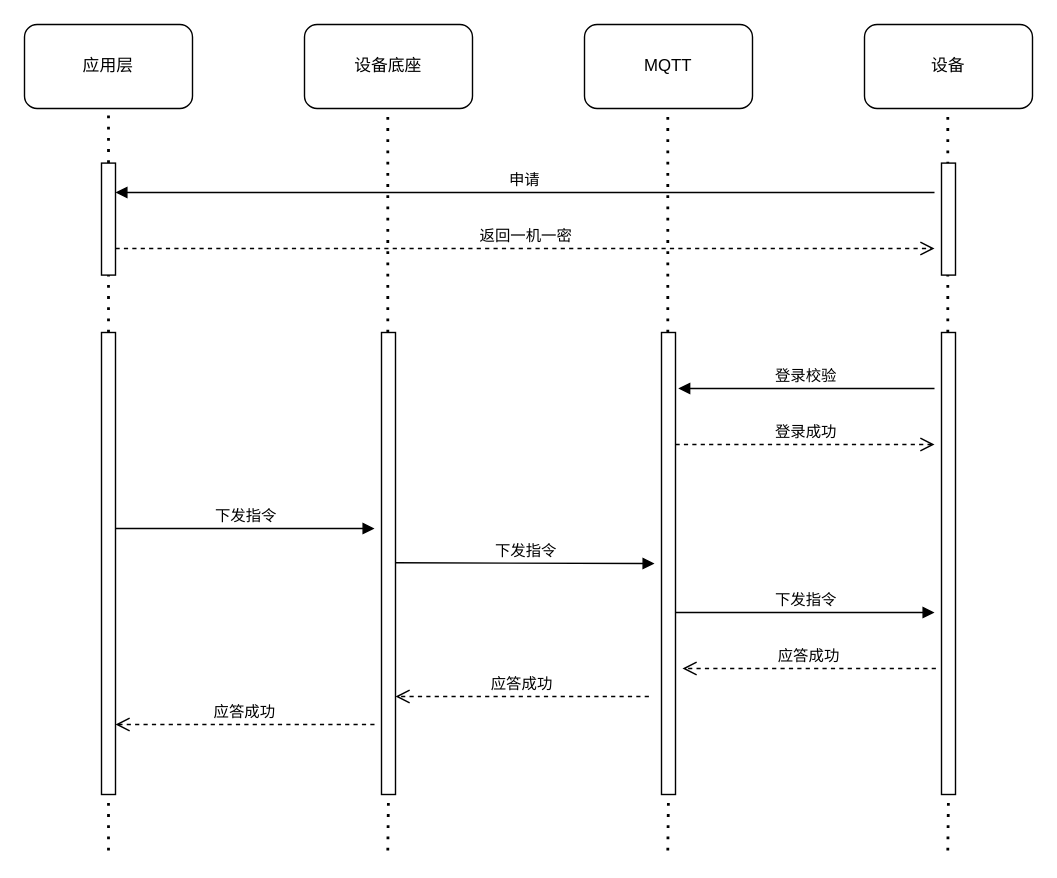
HughRudolf/Drawio keeps this draw.io diagram as 未命名绘图1111.drawio. Above is the earlier version. Source tidied: cells renumbered, new cells numbered last; positions are measured from the earlier drawing's top-left corner, leaving out a move shared by most shapes. Both pictures are drawn from the tidied source at 140%, with x=0, y=0 at pixel (24, 24).
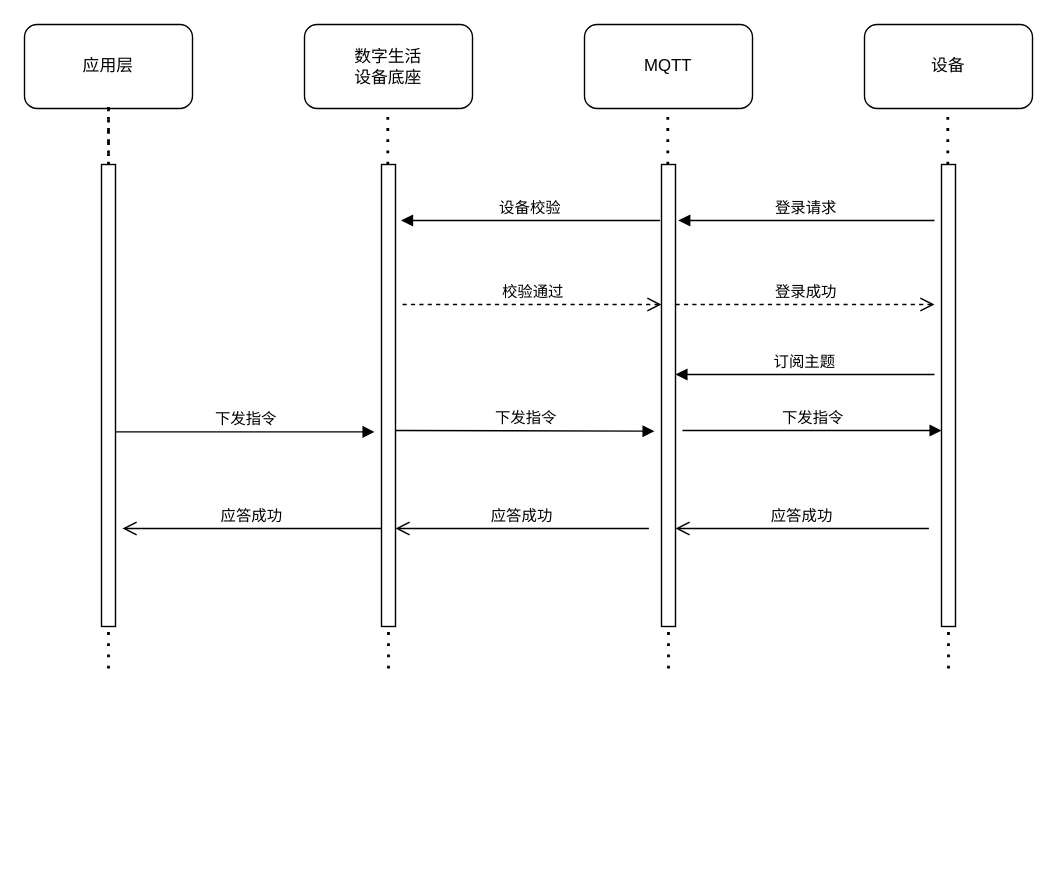
Above is the later version.

Commit message:
更新未命名绘图1111.drawio

Unchanged cells that the change refers to:
```xml
<mxCell id="2" value="应用层" style="rounded=1;whiteSpace=wrap;html=1;" parent="1" vertex="1">
  <mxGeometry width="120" height="60" as="geometry" />
</mxCell>
```

Change to the diagram source:
```diff
@@
-    <mxCell id="3" value="设备底座" style="rounded=1;whiteSpace=wrap;html=1;" parent="1" vertex="1">
+    <mxCell id="3" value="数字生活&lt;br&gt;设备底座" style="rounded=1;whiteSpace=wrap;html=1;" parent="1" vertex="1">
       <mxGeometry x="200" width="120" height="60" as="geometry" />
     </mxCell>
@@
-    <mxCell id="6" style="endArrow=none;dashed=1;html=1;dashPattern=1 3;strokeWidth=2;rounded=0;entryX=0.5;entryY=1;entryDx=0;entryDy=0;" parent="1" edge="1" source="12" target="2">
-      <mxGeometry relative="1" as="geometry" />
+    <mxCell id="6" style="endArrow=none;dashed=1;html=1;dashPattern=1 3;strokeWidth=2;rounded=0;entryX=0.5;entryY=1;entryDx=0;entryDy=0;" parent="1" edge="1" target="2">
+      <mxGeometry relative="1" as="geometry">
+        <mxPoint x="60" y="190" as="sourcePoint" />
+      </mxGeometry>
     </mxCell>
@@
-    <mxCell id="10" style="html=1;perimeter=orthogonalPerimeter;targetShapes=umlLifeline;newEdgeStyle={&quot;curved&quot;:0,&quot;rounded&quot;:0};" parent="1" vertex="1">
-      <mxGeometry x="655" y="99" width="10" height="80" as="geometry" />
-    </mxCell>
-    <mxCell id="11" style="endArrow=none;dashed=1;html=1;dashPattern=1 3;strokeWidth=2;rounded=0;entryX=0.5;entryY=1;entryDx=0;entryDy=0;" parent="1" edge="1" source="24" target="12">
-      <mxGeometry relative="1" as="geometry" />
+    <mxCell id="11" style="endArrow=none;dashed=1;html=1;dashPattern=1 3;strokeWidth=2;rounded=0;entryX=0.5;entryY=1;entryDx=0;entryDy=0;" parent="1" edge="1" source="24">
+      <mxGeometry relative="1" as="geometry">
+        <mxPoint x="60" y="59" as="targetPoint" />
+      </mxGeometry>
     </mxCell>
-    <mxCell id="12" style="html=1;points=[[0,0,0,0,5],[0,1,0,0,-5],[1,0,0,0,5],[1,1,0,0,-5]];perimeter=orthogonalPerimeter;outlineConnect=0;targetShapes=umlLifeline;portConstraint=eastwest;newEdgeStyle={&quot;curved&quot;:0,&quot;rounded&quot;:0};" parent="1" vertex="1">
-      <mxGeometry x="55" y="99" width="10" height="80" as="geometry" />
-    </mxCell>
-    <mxCell id="13" value="申请" style="html=1;verticalAlign=bottom;endArrow=block;curved=0;rounded=0;" parent="1" edge="1">
-      <mxGeometry relative="1" as="geometry">
-        <mxPoint x="650" y="120" as="sourcePoint" />
-        <mxPoint x="65" y="120" as="targetPoint" />
-      </mxGeometry>
-    </mxCell>
-    <mxCell id="14" value="返回一机一密" style="html=1;verticalAlign=bottom;endArrow=open;dashed=1;endSize=8;curved=0;rounded=0;" parent="1" edge="1">
-      <mxGeometry relative="1" as="geometry">
-        <mxPoint x="65" y="160" as="sourcePoint" />
-        <mxPoint x="650" y="160" as="targetPoint" />
-      </mxGeometry>
-    </mxCell>
     <mxCell id="15" style="endArrow=none;dashed=1;html=1;dashPattern=1 3;strokeWidth=2;rounded=0;entryX=0.5;entryY=1;entryDx=0;entryDy=0;" parent="1" edge="1" target="16">
       <mxGeometry relative="1" as="geometry">
-        <mxPoint x="659.5" y="590" as="sourcePoint" />
+        <mxPoint x="660" y="460" as="sourcePoint" />
       </mxGeometry>
     </mxCell>
     <mxCell id="16" style="html=1;points=[[0,0,0,0,5],[0,1,0,0,-5],[1,0,0,0,5],[1,1,0,0,-5]];perimeter=orthogonalPerimeter;outlineConnect=0;targetShapes=umlLifeline;portConstraint=eastwest;newEdgeStyle={&quot;curved&quot;:0,&quot;rounded&quot;:0};" parent="1" vertex="1">
-      <mxGeometry x="655" y="220" width="10" height="330" as="geometry" />
+      <mxGeometry x="655" y="100" width="10" height="330" as="geometry" />
     </mxCell>
     <mxCell id="17" style="endArrow=none;dashed=1;html=1;dashPattern=1 3;strokeWidth=2;rounded=0;entryX=0.5;entryY=1;entryDx=0;entryDy=0;" parent="1" edge="1" target="18">
       <mxGeometry relative="1" as="geometry">
-        <mxPoint x="459.5" y="590" as="sourcePoint" />
+        <mxPoint x="460" y="460" as="sourcePoint" />
       </mxGeometry>
     </mxCell>
     <mxCell id="18" style="html=1;points=[[0,0,0,0,5],[0,1,0,0,-5],[1,0,0,0,5],[1,1,0,0,-5]];perimeter=orthogonalPerimeter;outlineConnect=0;targetShapes=umlLifeline;portConstraint=eastwest;newEdgeStyle={&quot;curved&quot;:0,&quot;rounded&quot;:0};" parent="1" vertex="1">
-      <mxGeometry x="455" y="220" width="10" height="330" as="geometry" />
+      <mxGeometry x="455" y="100" width="10" height="330" as="geometry" />
     </mxCell>
     <mxCell id="19" style="endArrow=none;dashed=1;html=1;dashPattern=1 3;strokeWidth=2;rounded=0;entryX=0.5;entryY=1;entryDx=0;entryDy=0;" parent="1" edge="1" target="20">
       <mxGeometry relative="1" as="geometry">
-        <mxPoint x="259.5" y="590" as="sourcePoint" />
+        <mxPoint x="260" y="460" as="sourcePoint" />
       </mxGeometry>
     </mxCell>
     <mxCell id="20" style="html=1;points=[[0,0,0,0,5],[0,1,0,0,-5],[1,0,0,0,5],[1,1,0,0,-5]];perimeter=orthogonalPerimeter;outlineConnect=0;targetShapes=umlLifeline;portConstraint=eastwest;newEdgeStyle={&quot;curved&quot;:0,&quot;rounded&quot;:0};" parent="1" vertex="1">
-      <mxGeometry x="255" y="220" width="10" height="330" as="geometry" />
+      <mxGeometry x="255" y="100" width="10" height="330" as="geometry" />
     </mxCell>
-    <mxCell id="21" value="登录校验" style="html=1;verticalAlign=bottom;endArrow=block;curved=0;rounded=0;" parent="1" edge="1">
+    <mxCell id="21" value="登录请求" style="html=1;verticalAlign=bottom;endArrow=block;curved=0;rounded=0;" parent="1" edge="1">
       <mxGeometry relative="1" as="geometry">
-        <mxPoint x="650" y="260" as="sourcePoint" />
-        <mxPoint x="467" y="260" as="targetPoint" />
+        <mxPoint x="650" y="140" as="sourcePoint" />
+        <mxPoint x="467" y="140" as="targetPoint" />
       </mxGeometry>
     </mxCell>
     <mxCell id="22" value="登录成功" style="html=1;verticalAlign=bottom;endArrow=open;dashed=1;endSize=8;curved=0;rounded=0;" parent="1" edge="1">
       <mxGeometry relative="1" as="geometry">
-        <mxPoint x="465" y="300" as="sourcePoint" />
-        <mxPoint x="650" y="300" as="targetPoint" />
+        <mxPoint x="465" y="200" as="sourcePoint" />
+        <mxPoint x="650" y="200" as="targetPoint" />
       </mxGeometry>
     </mxCell>
     <mxCell id="23" style="endArrow=none;dashed=1;html=1;dashPattern=1 3;strokeWidth=2;rounded=0;entryX=0.5;entryY=1;entryDx=0;entryDy=0;" parent="1" edge="1" target="24">
       <mxGeometry relative="1" as="geometry">
-        <mxPoint x="60" y="590" as="sourcePoint" />
+        <mxPoint x="60" y="460" as="sourcePoint" />
       </mxGeometry>
     </mxCell>
     <mxCell id="24" style="html=1;points=[[0,0,0,0,5],[0,1,0,0,-5],[1,0,0,0,5],[1,1,0,0,-5]];perimeter=orthogonalPerimeter;outlineConnect=0;targetShapes=umlLifeline;portConstraint=eastwest;newEdgeStyle={&quot;curved&quot;:0,&quot;rounded&quot;:0};" parent="1" vertex="1">
-      <mxGeometry x="55" y="220" width="10" height="330" as="geometry" />
+      <mxGeometry x="55" y="100" width="10" height="330" as="geometry" />
     </mxCell>
     <mxCell id="25" value="下发指令" style="html=1;verticalAlign=bottom;endArrow=block;curved=0;rounded=0;" parent="1" edge="1">
       <mxGeometry relative="1" as="geometry">
-        <mxPoint x="65" y="360" as="sourcePoint" />
-        <mxPoint x="250" y="360" as="targetPoint" />
+        <mxPoint x="65" y="291" as="sourcePoint" />
+        <mxPoint x="250" y="291" as="targetPoint" />
       </mxGeometry>
     </mxCell>
     <mxCell id="26" value="下发指令" style="html=1;verticalAlign=bottom;endArrow=block;curved=0;rounded=0;" parent="1" edge="1">
       <mxGeometry relative="1" as="geometry">
-        <mxPoint x="265" y="384.5" as="sourcePoint" />
-        <mxPoint x="450" y="385" as="targetPoint" />
+        <mxPoint x="265" y="290" as="sourcePoint" />
+        <mxPoint x="450" y="290.5" as="targetPoint" />
       </mxGeometry>
     </mxCell>
     <mxCell id="27" value="下发指令" style="html=1;verticalAlign=bottom;endArrow=block;curved=0;rounded=0;" parent="1" edge="1">
       <mxGeometry relative="1" as="geometry">
-        <mxPoint x="465" y="420" as="sourcePoint" />
-        <mxPoint x="650" y="420" as="targetPoint" />
+        <mxPoint x="470" y="290" as="sourcePoint" />
+        <mxPoint x="655" y="290" as="targetPoint" />
       </mxGeometry>
     </mxCell>
-    <mxCell id="28" value="应答成功" style="html=1;verticalAlign=bottom;endArrow=open;dashed=1;endSize=8;curved=0;rounded=0;" parent="1" edge="1">
+    <mxCell id="28" value="应答成功" style="html=1;verticalAlign=bottom;endArrow=open;endSize=8;curved=0;rounded=0;" parent="1" edge="1">
       <mxGeometry relative="1" as="geometry">
-        <mxPoint x="651" y="460" as="sourcePoint" />
-        <mxPoint x="470" y="460" as="targetPoint" />
+        <mxPoint x="646" y="360" as="sourcePoint" />
+        <mxPoint x="465" y="360" as="targetPoint" />
       </mxGeometry>
     </mxCell>
-    <mxCell id="29" value="应答成功" style="html=1;verticalAlign=bottom;endArrow=open;dashed=1;endSize=8;curved=0;rounded=0;" parent="1" edge="1">
+    <mxCell id="29" value="应答成功" style="html=1;verticalAlign=bottom;endArrow=open;endSize=8;curved=0;rounded=0;" parent="1" edge="1">
       <mxGeometry relative="1" as="geometry">
-        <mxPoint x="446" y="480" as="sourcePoint" />
-        <mxPoint x="265" y="480" as="targetPoint" />
+        <mxPoint x="446" y="360" as="sourcePoint" />
+        <mxPoint x="265" y="360" as="targetPoint" />
       </mxGeometry>
     </mxCell>
-    <mxCell id="30" value="应答成功" style="html=1;verticalAlign=bottom;endArrow=open;dashed=1;endSize=8;curved=0;rounded=0;" parent="1" edge="1">
+    <mxCell id="30" value="应答成功" style="html=1;verticalAlign=bottom;endArrow=open;endSize=8;curved=0;rounded=0;" parent="1" edge="1">
       <mxGeometry relative="1" as="geometry">
-        <mxPoint x="250" y="500" as="sourcePoint" />
-        <mxPoint x="65" y="500" as="targetPoint" />
+        <mxPoint x="255" y="360" as="sourcePoint" />
+        <mxPoint x="70" y="360" as="targetPoint" />
       </mxGeometry>
     </mxCell>
+    <mxCell id="31" value="设备校验" style="html=1;verticalAlign=bottom;endArrow=block;curved=0;rounded=0;" parent="1" edge="1">
+      <mxGeometry relative="1" as="geometry">
+        <mxPoint x="454" y="140" as="sourcePoint" />
+        <mxPoint x="269" y="140" as="targetPoint" />
+      </mxGeometry>
+    </mxCell>
+    <mxCell id="32" value="校验通过" style="html=1;verticalAlign=bottom;endArrow=open;dashed=1;endSize=8;curved=0;rounded=0;" parent="1" edge="1">
+      <mxGeometry relative="1" as="geometry">
+        <mxPoint x="270" y="200" as="sourcePoint" />
+        <mxPoint x="455" y="200" as="targetPoint" />
+      </mxGeometry>
+    </mxCell>
+    <mxCell id="33" value="订阅主题" style="html=1;verticalAlign=bottom;endArrow=block;curved=0;rounded=0;" parent="1" edge="1">
+      <mxGeometry relative="1" as="geometry">
+        <mxPoint x="650" y="250" as="sourcePoint" />
+        <mxPoint x="465" y="250" as="targetPoint" />
+      </mxGeometry>
+    </mxCell>
```
